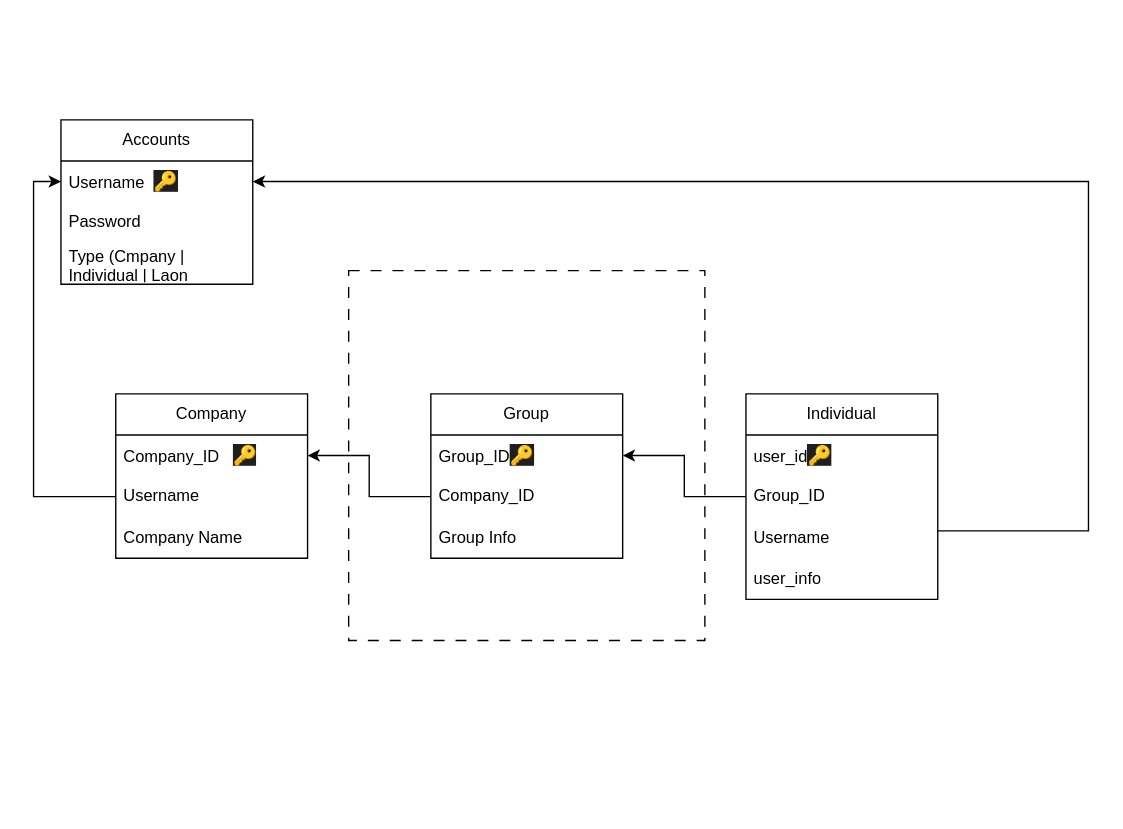
The draw.io diagram Documentation/ER Diagram.drawio in rjbcl/corporate-rjbcl-portal, before the edit. Source tidied: cells renumbered, new cells numbered last; positions are measured from the earlier drawing's top-left corner, leaving out a move shared by most shapes. Both pictures are drawn from the tidied source at 137%, with x=0, y=0 at pixel (60, 119).
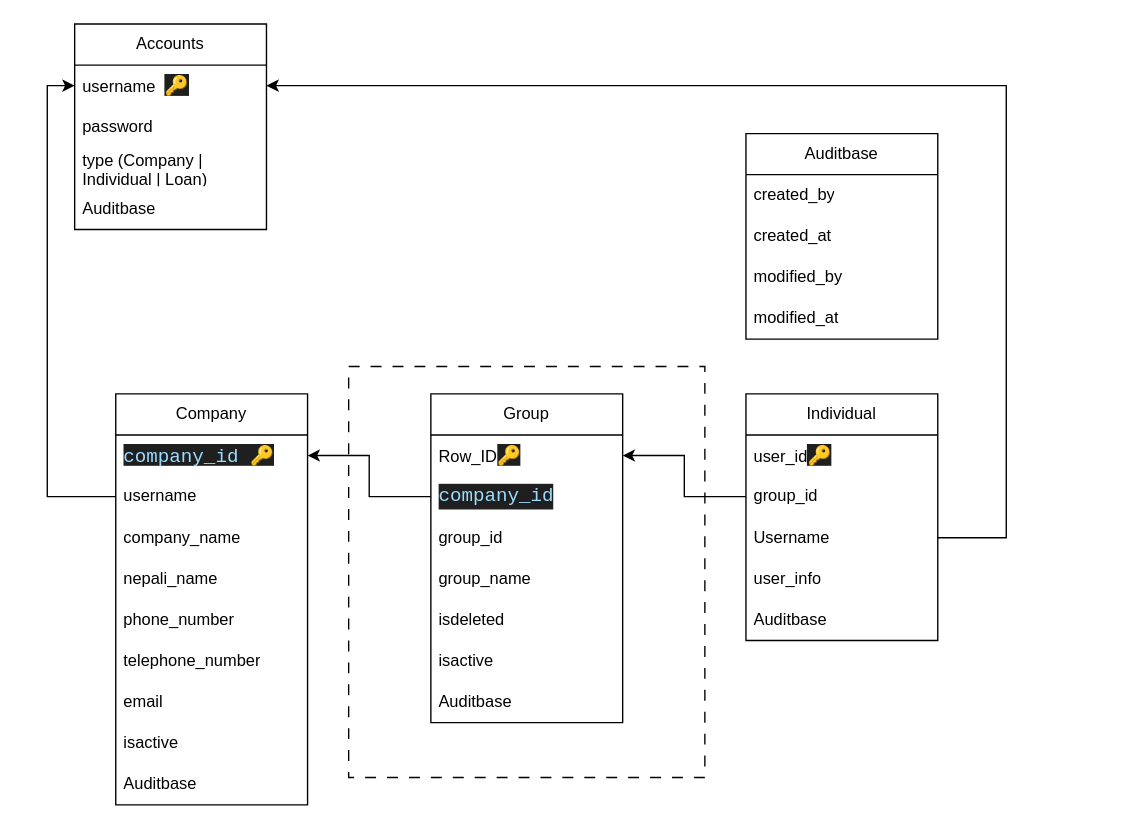
The same page after the edit.

The change refers to these unchanged cells:
```xml
<mxCell id="19" value="Username" style="text;strokeColor=none;fillColor=none;align=left;verticalAlign=middle;spacingLeft=4;spacingRight=4;overflow=hidden;points=[[0,0.5],[1,0.5]];portConstraint=eastwest;whiteSpace=wrap;html=1;" parent="16" vertex="1">
  <mxGeometry y="90" width="140" height="30" as="geometry" />
</mxCell>
```

Change to the diagram source:
```diff
@@
     <mxCell id="2" style="rounded=0;whiteSpace=wrap;html=1;fillColor=none;dashed=1;dashPattern=8 8;" parent="1" vertex="1">
-      <mxGeometry x="210" y="110" width="260" height="270" as="geometry" />
+      <mxGeometry x="210" y="180" width="260" height="300" as="geometry" />
     </mxCell>
     <mxCell id="3" value="Accounts" style="swimlane;fontStyle=0;horizontal=1;startSize=30;whiteSpace=wrap;html=1;" parent="1" vertex="1">
-      <mxGeometry width="140" height="120" as="geometry" />
+      <mxGeometry x="10" y="-70" width="140" height="150" as="geometry" />
     </mxCell>
-    <mxCell id="4" value="Username&amp;nbsp;&amp;nbsp;&lt;span style=&quot;color: rgb(191, 191, 191); font-family: Arial, sans-serif; font-size: 14px; background-color: rgb(31, 31, 31);&quot;&gt;🔑&lt;/span&gt;" style="text;strokeColor=none;fillColor=none;align=left;verticalAlign=middle;spacingLeft=4;spacingRight=4;overflow=hidden;points=[[0,0.5],[1,0.5]];portConstraint=eastwest;whiteSpace=wrap;html=1;" parent="3" vertex="1">
+    <mxCell id="4" value="username&amp;nbsp;&amp;nbsp;&lt;span style=&quot;color: rgb(191, 191, 191); font-family: Arial, sans-serif; font-size: 14px; background-color: rgb(31, 31, 31);&quot;&gt;🔑&lt;/span&gt;" style="text;strokeColor=none;fillColor=none;align=left;verticalAlign=middle;spacingLeft=4;spacingRight=4;overflow=hidden;points=[[0,0.5],[1,0.5]];portConstraint=eastwest;whiteSpace=wrap;html=1;" parent="3" vertex="1">
       <mxGeometry y="30" width="140" height="30" as="geometry" />
     </mxCell>
-    <mxCell id="5" value="Password" style="text;strokeColor=none;fillColor=none;align=left;verticalAlign=middle;spacingLeft=4;spacingRight=4;overflow=hidden;whiteSpace=wrap;html=1;" parent="3" vertex="1">
+    <mxCell id="5" value="password" style="text;strokeColor=none;fillColor=none;align=left;verticalAlign=middle;spacingLeft=4;spacingRight=4;overflow=hidden;whiteSpace=wrap;html=1;" parent="3" vertex="1">
       <mxGeometry y="60" width="140" height="30" as="geometry" />
     </mxCell>
-    <mxCell id="6" value="Type (Cmpany | Individual | Laon" style="text;strokeColor=none;fillColor=none;align=left;verticalAlign=middle;spacingLeft=4;spacingRight=4;overflow=hidden;whiteSpace=wrap;html=1;" parent="3" vertex="1">
+    <mxCell id="6" value="type (Company | Individual | Loan)" style="text;strokeColor=none;fillColor=none;align=left;verticalAlign=middle;spacingLeft=4;spacingRight=4;overflow=hidden;whiteSpace=wrap;html=1;" parent="3" vertex="1">
       <mxGeometry y="90" width="140" height="30" as="geometry" />
     </mxCell>
+    <mxCell id="24" value="Auditbase" style="text;strokeColor=none;fillColor=none;align=left;verticalAlign=middle;spacingLeft=4;spacingRight=4;overflow=hidden;whiteSpace=wrap;html=1;" parent="3" vertex="1">
+      <mxGeometry y="120" width="140" height="30" as="geometry" />
+    </mxCell>
@@
     <mxCell id="8" value="Company" style="swimlane;fontStyle=0;horizontal=1;startSize=30;whiteSpace=wrap;html=1;" parent="1" vertex="1">
-      <mxGeometry x="40" y="200" width="140" height="120" as="geometry" />
+      <mxGeometry x="40" y="200" width="140" height="300" as="geometry" />
     </mxCell>
-    <mxCell id="9" value="Company_ID&lt;span style=&quot;white-space: pre;&quot;&gt;&#9;&lt;/span&gt;&lt;span style=&quot;color: rgb(191, 191, 191); font-family: Arial, sans-serif; font-size: 14px; background-color: rgb(31, 31, 31);&quot;&gt;🔑&lt;/span&gt;" style="text;strokeColor=none;fillColor=none;align=left;verticalAlign=middle;spacingLeft=4;spacingRight=4;overflow=hidden;points=[[0,0.5],[1,0.5]];portConstraint=eastwest;whiteSpace=wrap;html=1;" parent="8" vertex="1">
+    <mxCell id="9" value="&lt;span style=&quot;color: rgb(191, 191, 191); font-family: Arial, sans-serif; font-size: 14px; background-color: rgb(31, 31, 31);&quot;&gt;&lt;span style=&quot;color: rgb(156, 220, 254); font-family: Consolas, &amp;quot;Courier New&amp;quot;, monospace; white-space: pre;&quot;&gt;company_id &lt;/span&gt;🔑&lt;/span&gt;" style="text;strokeColor=none;fillColor=none;align=left;verticalAlign=middle;spacingLeft=4;spacingRight=4;overflow=hidden;points=[[0,0.5],[1,0.5]];portConstraint=eastwest;whiteSpace=wrap;html=1;" parent="8" vertex="1">
       <mxGeometry y="30" width="140" height="30" as="geometry" />
     </mxCell>
-    <mxCell id="10" value="Username" style="text;strokeColor=none;fillColor=none;align=left;verticalAlign=middle;spacingLeft=4;spacingRight=4;overflow=hidden;points=[[0,0.5],[1,0.5]];portConstraint=eastwest;whiteSpace=wrap;html=1;" parent="8" vertex="1">
+    <mxCell id="10" value="username" style="text;strokeColor=none;fillColor=none;align=left;verticalAlign=middle;spacingLeft=4;spacingRight=4;overflow=hidden;points=[[0,0.5],[1,0.5]];portConstraint=eastwest;whiteSpace=wrap;html=1;" parent="8" vertex="1">
       <mxGeometry y="60" width="140" height="30" as="geometry" />
     </mxCell>
-    <mxCell id="11" value="Company Name" style="text;strokeColor=none;fillColor=none;align=left;verticalAlign=middle;spacingLeft=4;spacingRight=4;overflow=hidden;whiteSpace=wrap;html=1;" parent="8" vertex="1">
+    <mxCell id="11" value="company_name" style="text;strokeColor=none;fillColor=none;align=left;verticalAlign=middle;spacingLeft=4;spacingRight=4;overflow=hidden;whiteSpace=wrap;html=1;" parent="8" vertex="1">
       <mxGeometry y="90" width="140" height="30" as="geometry" />
     </mxCell>
+    <mxCell id="25" value="nepali_name" style="text;strokeColor=none;fillColor=none;align=left;verticalAlign=middle;spacingLeft=4;spacingRight=4;overflow=hidden;whiteSpace=wrap;html=1;" parent="8" vertex="1">
+      <mxGeometry y="120" width="140" height="30" as="geometry" />
+    </mxCell>
+    <mxCell id="26" value="phone_number" style="text;strokeColor=none;fillColor=none;align=left;verticalAlign=middle;spacingLeft=4;spacingRight=4;overflow=hidden;whiteSpace=wrap;html=1;" parent="8" vertex="1">
+      <mxGeometry y="150" width="140" height="30" as="geometry" />
+    </mxCell>
+    <mxCell id="27" value="telephone_number" style="text;strokeColor=none;fillColor=none;align=left;verticalAlign=middle;spacingLeft=4;spacingRight=4;overflow=hidden;whiteSpace=wrap;html=1;" parent="8" vertex="1">
+      <mxGeometry y="180" width="140" height="30" as="geometry" />
+    </mxCell>
+    <mxCell id="28" value="email" style="text;strokeColor=none;fillColor=none;align=left;verticalAlign=middle;spacingLeft=4;spacingRight=4;overflow=hidden;whiteSpace=wrap;html=1;" parent="8" vertex="1">
+      <mxGeometry y="210" width="140" height="30" as="geometry" />
+    </mxCell>
+    <mxCell id="29" value="isactive" style="text;strokeColor=none;fillColor=none;align=left;verticalAlign=middle;spacingLeft=4;spacingRight=4;overflow=hidden;whiteSpace=wrap;html=1;" parent="8" vertex="1">
+      <mxGeometry y="240" width="140" height="30" as="geometry" />
+    </mxCell>
+    <mxCell id="30" value="Auditbase" style="text;strokeColor=none;fillColor=none;align=left;verticalAlign=middle;spacingLeft=4;spacingRight=4;overflow=hidden;whiteSpace=wrap;html=1;" parent="8" vertex="1">
+      <mxGeometry y="270" width="140" height="30" as="geometry" />
+    </mxCell>
     <mxCell id="12" value="Group" style="swimlane;fontStyle=0;horizontal=1;startSize=30;whiteSpace=wrap;html=1;" parent="1" vertex="1">
-      <mxGeometry x="270" y="200" width="140" height="120" as="geometry" />
+      <mxGeometry x="270" y="200" width="140" height="240" as="geometry" />
     </mxCell>
-    <mxCell id="13" value="Group_ID&lt;span style=&quot;color: rgb(191, 191, 191); font-family: Arial, sans-serif; font-size: 14px; background-color: rgb(31, 31, 31);&quot;&gt;🔑&lt;/span&gt;" style="text;strokeColor=none;fillColor=none;align=left;verticalAlign=middle;spacingLeft=4;spacingRight=4;overflow=hidden;points=[[0,0.5],[1,0.5]];portConstraint=eastwest;whiteSpace=wrap;html=1;" parent="12" vertex="1">
+    <mxCell id="13" value="Row_ID&lt;span style=&quot;color: rgb(191, 191, 191); font-family: Arial, sans-serif; font-size: 14px; background-color: rgb(31, 31, 31);&quot;&gt;🔑&lt;/span&gt;" style="text;strokeColor=none;fillColor=none;align=left;verticalAlign=middle;spacingLeft=4;spacingRight=4;overflow=hidden;points=[[0,0.5],[1,0.5]];portConstraint=eastwest;whiteSpace=wrap;html=1;" parent="12" vertex="1">
       <mxGeometry y="30" width="140" height="30" as="geometry" />
     </mxCell>
-    <mxCell id="14" value="Company_ID" style="text;strokeColor=none;fillColor=none;align=left;verticalAlign=middle;spacingLeft=4;spacingRight=4;overflow=hidden;points=[[0,0.5],[1,0.5]];portConstraint=eastwest;whiteSpace=wrap;html=1;" parent="12" vertex="1">
+    <mxCell id="14" value="&lt;div style=&quot;color: rgb(204, 204, 204); background-color: rgb(31, 31, 31); font-family: Consolas, &amp;quot;Courier New&amp;quot;, monospace; font-size: 14px; line-height: 19px; white-space: pre;&quot;&gt;&lt;span style=&quot;color: #9cdcfe;&quot;&gt;company_id&lt;/span&gt;&lt;/div&gt;" style="text;strokeColor=none;fillColor=none;align=left;verticalAlign=middle;spacingLeft=4;spacingRight=4;overflow=hidden;points=[[0,0.5],[1,0.5]];portConstraint=eastwest;whiteSpace=wrap;html=1;" parent="12" vertex="1">
       <mxGeometry y="60" width="140" height="30" as="geometry" />
     </mxCell>
-    <mxCell id="15" value="Group Info" style="text;strokeColor=none;fillColor=none;align=left;verticalAlign=middle;spacingLeft=4;spacingRight=4;overflow=hidden;whiteSpace=wrap;html=1;" parent="12" vertex="1">
+    <mxCell id="15" value="group_id" style="text;strokeColor=none;fillColor=none;align=left;verticalAlign=middle;spacingLeft=4;spacingRight=4;overflow=hidden;whiteSpace=wrap;html=1;" parent="12" vertex="1">
       <mxGeometry y="90" width="140" height="30" as="geometry" />
     </mxCell>
+    <mxCell id="31" value="group_name" style="text;strokeColor=none;fillColor=none;align=left;verticalAlign=middle;spacingLeft=4;spacingRight=4;overflow=hidden;whiteSpace=wrap;html=1;" parent="12" vertex="1">
+      <mxGeometry y="120" width="140" height="30" as="geometry" />
+    </mxCell>
+    <mxCell id="32" value="isdeleted" style="text;strokeColor=none;fillColor=none;align=left;verticalAlign=middle;spacingLeft=4;spacingRight=4;overflow=hidden;whiteSpace=wrap;html=1;" parent="12" vertex="1">
+      <mxGeometry y="150" width="140" height="30" as="geometry" />
+    </mxCell>
+    <mxCell id="33" value="isactive" style="text;strokeColor=none;fillColor=none;align=left;verticalAlign=middle;spacingLeft=4;spacingRight=4;overflow=hidden;whiteSpace=wrap;html=1;" parent="12" vertex="1">
+      <mxGeometry y="180" width="140" height="30" as="geometry" />
+    </mxCell>
+    <mxCell id="34" value="Auditbase" style="text;strokeColor=none;fillColor=none;align=left;verticalAlign=middle;spacingLeft=4;spacingRight=4;overflow=hidden;whiteSpace=wrap;html=1;" parent="12" vertex="1">
+      <mxGeometry y="210" width="140" height="30" as="geometry" />
+    </mxCell>
     <mxCell id="16" value="Individual" style="swimlane;fontStyle=0;horizontal=1;startSize=30;whiteSpace=wrap;html=1;" parent="1" vertex="1">
-      <mxGeometry x="500" y="200" width="140" height="150" as="geometry" />
+      <mxGeometry x="500" y="200" width="140" height="180" as="geometry" />
     </mxCell>
@@
-    <mxCell id="18" value="Group_ID" style="text;strokeColor=none;fillColor=none;align=left;verticalAlign=middle;spacingLeft=4;spacingRight=4;overflow=hidden;points=[[0,0.5],[1,0.5]];portConstraint=eastwest;whiteSpace=wrap;html=1;" parent="16" vertex="1">
+    <mxCell id="18" value="group_id" style="text;strokeColor=none;fillColor=none;align=left;verticalAlign=middle;spacingLeft=4;spacingRight=4;overflow=hidden;points=[[0,0.5],[1,0.5]];portConstraint=eastwest;whiteSpace=wrap;html=1;" parent="16" vertex="1">
       <mxGeometry y="60" width="140" height="30" as="geometry" />
     </mxCell>
@@
-    <mxCell id="21" style="edgeStyle=orthogonalEdgeStyle;rounded=0;jettySize=auto;html=1;entryX=1;entryY=0.5;entryDx=0;entryDy=0;" parent="1" edge="1" source="19" target="4">
-      <mxGeometry relative="1" as="geometry">
-        <Array as="points">
-          <mxPoint x="750" y="300" />
-          <mxPoint x="750" y="45" />
-        </Array>
-      </mxGeometry>
-    </mxCell>
+    <mxCell id="35" value="Auditbase" style="text;strokeColor=none;fillColor=none;align=left;verticalAlign=middle;spacingLeft=4;spacingRight=4;overflow=hidden;whiteSpace=wrap;html=1;" parent="16" vertex="1">
+      <mxGeometry y="150" width="140" height="30" as="geometry" />
+    </mxCell>
@@
+    <mxCell id="36" value="Auditbase" style="swimlane;fontStyle=0;horizontal=1;startSize=30;whiteSpace=wrap;html=1;" parent="1" vertex="1">
+      <mxGeometry x="500" y="10" width="140" height="150" as="geometry" />
+    </mxCell>
+    <mxCell id="37" value="created_by" style="text;strokeColor=none;fillColor=none;align=left;verticalAlign=middle;spacingLeft=4;spacingRight=4;overflow=hidden;whiteSpace=wrap;html=1;" parent="36" vertex="1">
+      <mxGeometry y="30" width="140" height="30" as="geometry" />
+    </mxCell>
+    <mxCell id="38" value="created_at" style="text;strokeColor=none;fillColor=none;align=left;verticalAlign=middle;spacingLeft=4;spacingRight=4;overflow=hidden;whiteSpace=wrap;html=1;" parent="36" vertex="1">
+      <mxGeometry y="60" width="140" height="30" as="geometry" />
+    </mxCell>
+    <mxCell id="39" value="modified_by" style="text;strokeColor=none;fillColor=none;align=left;verticalAlign=middle;spacingLeft=4;spacingRight=4;overflow=hidden;whiteSpace=wrap;html=1;" parent="36" vertex="1">
+      <mxGeometry y="90" width="140" height="30" as="geometry" />
+    </mxCell>
+    <mxCell id="40" value="modified_at" style="text;strokeColor=none;fillColor=none;align=left;verticalAlign=middle;spacingLeft=4;spacingRight=4;overflow=hidden;whiteSpace=wrap;html=1;" parent="36" vertex="1">
+      <mxGeometry y="120" width="140" height="30" as="geometry" />
+    </mxCell>
+    <mxCell id="21" style="edgeStyle=orthogonalEdgeStyle;rounded=0;jettySize=auto;html=1;entryX=1;entryY=0.5;entryDx=0;entryDy=0;" parent="1" edge="1" source="19" target="4">
+      <mxGeometry relative="1" as="geometry">
+        <Array as="points">
+          <mxPoint x="690" y="305" />
+          <mxPoint x="690" y="-25" />
+        </Array>
+      </mxGeometry>
+    </mxCell>
```
